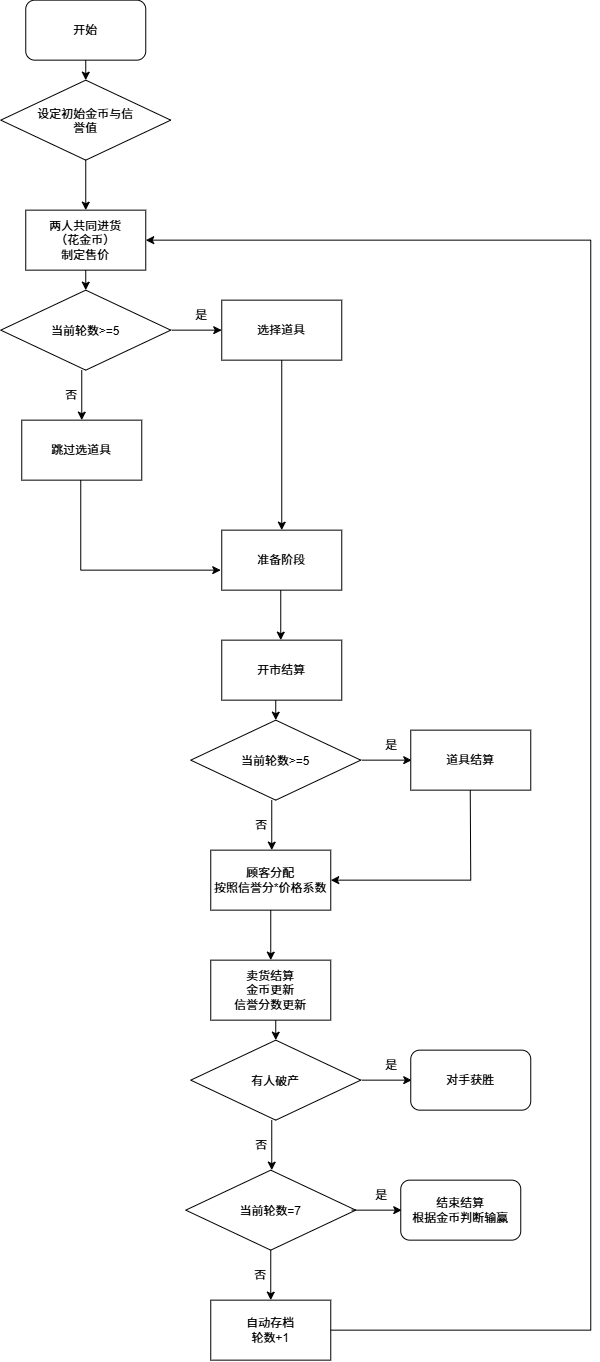
jiayaoo0499/MarketDuo keeps this draw.io diagram as 流程图1.drawio.png. Above is the earlier version. Source tidied: cells renumbered, new cells last; positions are measured from the earlier drawing's top-left corner, leaving out a move shared by most shapes.
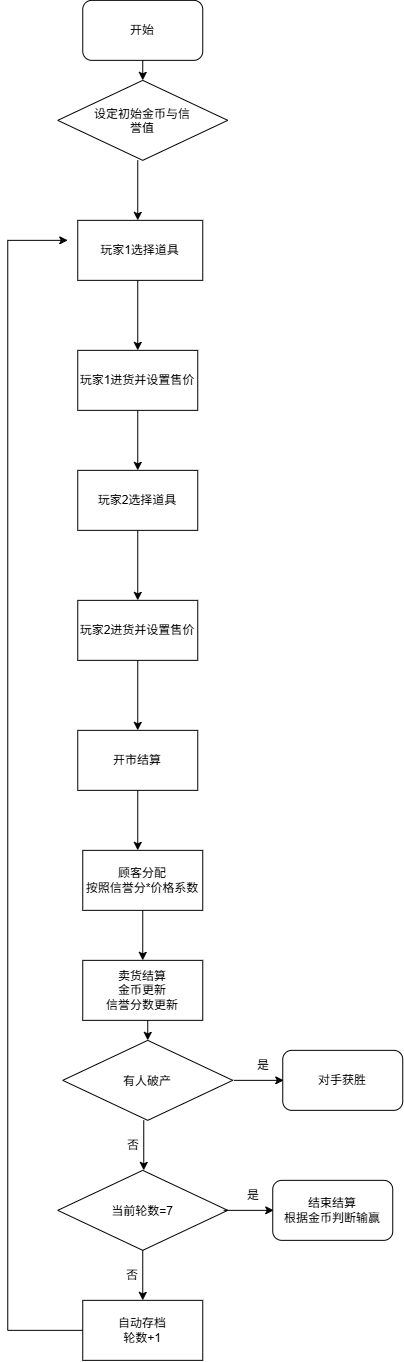
Above is the later version.

Commit message:
更新流程图1.drawio.png

What changed in the source:
```diff
@@ -3,117 +3,23 @@
     <mxCell id="0" />
     <mxCell id="1" parent="0" />
     <mxCell id="2" value="开始" style="rounded=1;whiteSpace=wrap;html=1;" parent="1" vertex="1">
-      <mxGeometry x="25" width="120" height="60" as="geometry" />
+      <mxGeometry x="210" width="120" height="60" as="geometry" />
     </mxCell>
     <mxCell id="3" style="endArrow=classic;html=1;rounded=0;" parent="1" edge="1">
       <mxGeometry relative="1" as="geometry">
-        <mxPoint x="85" y="60" as="sourcePoint" />
-        <mxPoint x="85" y="80" as="targetPoint" />
+        <mxPoint x="270" y="60" as="sourcePoint" />
+        <mxPoint x="270" y="80" as="targetPoint" />
       </mxGeometry>
     </mxCell>
     <mxCell id="4" value="设定初始金币与信誉值" style="rhombus;whiteSpace=wrap;html=1;shapeInside=1;" parent="1" vertex="1">
-      <mxGeometry y="80" width="170" height="80" as="geometry" />
+      <mxGeometry x="185" y="80" width="170" height="80" as="geometry" />
     </mxCell>
-    <mxCell id="5" style="endArrow=classic;html=1;rounded=0;" parent="1" edge="1">
-      <mxGeometry relative="1" as="geometry">
-        <mxPoint x="85" y="160" as="sourcePoint" />
-        <mxPoint x="85" y="210" as="targetPoint" />
-      </mxGeometry>
-    </mxCell>
-    <mxCell id="6" value="两人共同进货&lt;div&gt;（花金币）&lt;div&gt;制定售价&lt;/div&gt;&lt;/div&gt;" style="rounded=0;whiteSpace=wrap;html=1;" parent="1" vertex="1">
-      <mxGeometry x="25" y="210" width="120" height="60" as="geometry" />
-    </mxCell>
-    <mxCell id="7" style="endArrow=classic;html=1;rounded=0;" parent="1" edge="1">
-      <mxGeometry relative="1" as="geometry">
-        <mxPoint x="85" y="270" as="sourcePoint" />
-        <mxPoint x="85" y="290" as="targetPoint" />
-      </mxGeometry>
-    </mxCell>
-    <mxCell id="8" value="当前轮数&amp;gt;=5" style="rhombus;whiteSpace=wrap;html=1;shapeInside=1;" parent="1" vertex="1">
-      <mxGeometry y="290" width="170" height="80" as="geometry" />
-    </mxCell>
-    <mxCell id="9" style="endArrow=classic;html=1;rounded=0;" parent="1" edge="1">
-      <mxGeometry relative="1" as="geometry">
-        <mxPoint x="171" y="330" as="sourcePoint" />
-        <mxPoint x="221" y="330" as="targetPoint" />
-      </mxGeometry>
-    </mxCell>
-    <mxCell id="10" style="endArrow=classic;html=1;rounded=0;" parent="1" edge="1">
-      <mxGeometry relative="1" as="geometry">
-        <mxPoint x="81" y="370" as="sourcePoint" />
-        <mxPoint x="81" y="420" as="targetPoint" />
-      </mxGeometry>
-    </mxCell>
-    <mxCell id="11" value="是" style="text;html=1;whiteSpace=wrap;strokeColor=none;fillColor=none;align=center;verticalAlign=middle;rounded=0;" parent="1" vertex="1">
-      <mxGeometry x="171" y="300" width="60" height="30" as="geometry" />
-    </mxCell>
-    <mxCell id="12" value="否" style="text;html=1;whiteSpace=wrap;strokeColor=none;fillColor=none;align=center;verticalAlign=middle;rounded=0;" parent="1" vertex="1">
-      <mxGeometry x="41" y="380" width="60" height="30" as="geometry" />
-    </mxCell>
-    <mxCell id="13" value="选择道具" style="rounded=0;whiteSpace=wrap;html=1;" parent="1" vertex="1">
-      <mxGeometry x="221" y="300" width="120" height="60" as="geometry" />
-    </mxCell>
-    <mxCell id="14" value="跳过选道具" style="rounded=0;whiteSpace=wrap;html=1;" parent="1" vertex="1">
-      <mxGeometry x="21" y="420" width="120" height="60" as="geometry" />
-    </mxCell>
-    <mxCell id="15" value="准备阶段" style="rounded=0;whiteSpace=wrap;html=1;" parent="1" vertex="1">
-      <mxGeometry x="221" y="530" width="120" height="60" as="geometry" />
-    </mxCell>
-    <mxCell id="16" style="endArrow=classic;html=1;rounded=0;" parent="1" edge="1" target="15">
-      <mxGeometry relative="1" as="geometry">
-        <mxPoint x="281" y="360" as="sourcePoint" />
-      </mxGeometry>
-    </mxCell>
-    <mxCell id="17" style="endArrow=classic;html=1;rounded=0;" parent="1" edge="1">
-      <mxGeometry relative="1" as="geometry">
-        <mxPoint x="280" y="590" as="sourcePoint" />
-        <mxPoint x="280" y="640" as="targetPoint" />
-      </mxGeometry>
-    </mxCell>
     <mxCell id="18" value="开市结算" style="rounded=0;whiteSpace=wrap;html=1;" parent="1" vertex="1">
-      <mxGeometry x="221" y="640" width="120" height="60" as="geometry" />
+      <mxGeometry x="205" y="730" width="120" height="60" as="geometry" />
     </mxCell>
-    <mxCell id="19" style="endArrow=classic;html=1;rounded=0;" parent="1" edge="1">
-      <mxGeometry relative="1" as="geometry">
-        <mxPoint x="275" y="700" as="sourcePoint" />
-        <mxPoint x="275" y="720" as="targetPoint" />
-      </mxGeometry>
-    </mxCell>
-    <mxCell id="20" value="当前轮数&amp;gt;=5" style="rhombus;whiteSpace=wrap;html=1;shapeInside=1;" parent="1" vertex="1">
-      <mxGeometry x="190" y="720" width="170" height="80" as="geometry" />
-    </mxCell>
-    <mxCell id="21" style="endArrow=classic;html=1;rounded=0;" parent="1" edge="1">
-      <mxGeometry relative="1" as="geometry">
-        <mxPoint x="361" y="760" as="sourcePoint" />
-        <mxPoint x="411" y="760" as="targetPoint" />
-      </mxGeometry>
-    </mxCell>
-    <mxCell id="22" style="endArrow=classic;html=1;rounded=0;" parent="1" edge="1">
-      <mxGeometry relative="1" as="geometry">
-        <mxPoint x="271" y="800" as="sourcePoint" />
-        <mxPoint x="271" y="850" as="targetPoint" />
-      </mxGeometry>
-    </mxCell>
-    <mxCell id="23" value="是" style="text;html=1;whiteSpace=wrap;strokeColor=none;fillColor=none;align=center;verticalAlign=middle;rounded=0;" parent="1" vertex="1">
-      <mxGeometry x="361" y="730" width="60" height="30" as="geometry" />
-    </mxCell>
-    <mxCell id="24" value="否" style="text;html=1;whiteSpace=wrap;strokeColor=none;fillColor=none;align=center;verticalAlign=middle;rounded=0;" parent="1" vertex="1">
-      <mxGeometry x="231" y="810" width="60" height="30" as="geometry" />
-    </mxCell>
     <mxCell id="25" value="顾客分配&lt;div&gt;按照信誉分*价格系数&lt;/div&gt;" style="rounded=0;whiteSpace=wrap;html=1;" parent="1" vertex="1">
       <mxGeometry x="210" y="850" width="120" height="60" as="geometry" />
     </mxCell>
-    <mxCell id="26" value="道具结算" style="rounded=0;whiteSpace=wrap;html=1;" parent="1" vertex="1">
-      <mxGeometry x="410" y="730" width="120" height="60" as="geometry" />
-    </mxCell>
-    <mxCell id="27" style="endArrow=classic;html=1;rounded=0;entryX=1;entryY=0.5;entryDx=0;entryDy=0;" parent="1" edge="1" target="25">
-      <mxGeometry relative="1" as="geometry">
-        <mxPoint x="469.5" y="790" as="sourcePoint" />
-        <Array as="points">
-          <mxPoint x="470" y="880" />
-        </Array>
-      </mxGeometry>
-    </mxCell>
     <mxCell id="28" style="endArrow=classic;html=1;rounded=0;" parent="1" edge="1">
       <mxGeometry relative="1" as="geometry">
         <mxPoint x="270" y="910" as="sourcePoint" />
@@ -180,22 +86,62 @@
     <mxCell id="43" value="&lt;div&gt;自动存档&lt;/div&gt;轮数+1" style="rounded=0;whiteSpace=wrap;html=1;" parent="1" vertex="1">
       <mxGeometry x="210" y="1300" width="120" height="60" as="geometry" />
     </mxCell>
-    <mxCell id="44" style="endArrow=classic;html=1;rounded=0;entryX=1;entryY=0.5;entryDx=0;entryDy=0;exitX=1;exitY=0.5;exitDx=0;exitDy=0;" parent="1" edge="1" source="43" target="6">
-      <mxGeometry relative="1" as="geometry">
-        <Array as="points">
-          <mxPoint x="590" y="1330" />
-          <mxPoint x="590" y="240" />
-        </Array>
-      </mxGeometry>
-    </mxCell>
-    <mxCell id="45" style="endArrow=classic;html=1;rounded=0;" parent="1" edge="1">
-      <mxGeometry relative="1" as="geometry">
-        <mxPoint x="80" y="480" as="sourcePoint" />
-        <mxPoint x="220" y="570" as="targetPoint" />
-        <Array as="points">
-          <mxPoint x="80" y="570" />
-        </Array>
-      </mxGeometry>
-    </mxCell>
+    <mxCell id="46" style="endArrow=classic;html=1;rounded=0;" parent="1" edge="1">
+      <mxGeometry relative="1" as="geometry">
+        <mxPoint x="265" y="160" as="sourcePoint" />
+        <mxPoint x="265" y="220" as="targetPoint" />
+      </mxGeometry>
+    </mxCell>
+    <mxCell id="47" value="玩家1选择道具" style="rounded=0;whiteSpace=wrap;html=1;" parent="1" vertex="1">
+      <mxGeometry x="205" y="220" width="125" height="60" as="geometry" />
+    </mxCell>
+    <mxCell id="48" style="endArrow=classic;html=1;rounded=0;" parent="1" edge="1">
+      <mxGeometry relative="1" as="geometry">
+        <mxPoint x="265" y="280" as="sourcePoint" />
+        <mxPoint x="265" y="350" as="targetPoint" />
+      </mxGeometry>
+    </mxCell>
+    <mxCell id="49" value="玩家1进货并设置售价" style="rounded=0;whiteSpace=wrap;html=1;" parent="1" vertex="1">
+      <mxGeometry x="205" y="350" width="120" height="60" as="geometry" />
+    </mxCell>
+    <mxCell id="50" style="endArrow=classic;html=1;rounded=0;" parent="1" edge="1">
+      <mxGeometry relative="1" as="geometry">
+        <mxPoint x="265" y="410" as="sourcePoint" />
+        <mxPoint x="265" y="470" as="targetPoint" />
+      </mxGeometry>
+    </mxCell>
+    <mxCell id="51" value="玩家2选择道具" style="rounded=0;whiteSpace=wrap;html=1;" parent="1" vertex="1">
+      <mxGeometry x="205" y="470" width="120" height="60" as="geometry" />
+    </mxCell>
+    <mxCell id="52" style="endArrow=classic;html=1;rounded=0;" parent="1" edge="1">
+      <mxGeometry relative="1" as="geometry">
+        <mxPoint x="265" y="530" as="sourcePoint" />
+        <mxPoint x="265" y="600" as="targetPoint" />
+      </mxGeometry>
+    </mxCell>
+    <mxCell id="53" value="玩家2进货并设置售价" style="rounded=0;whiteSpace=wrap;html=1;" parent="1" vertex="1">
+      <mxGeometry x="205" y="600" width="120" height="60" as="geometry" />
+    </mxCell>
+    <mxCell id="54" style="endArrow=classic;html=1;rounded=0;" parent="1" edge="1">
+      <mxGeometry relative="1" as="geometry">
+        <mxPoint x="265" y="660" as="sourcePoint" />
+        <mxPoint x="265" y="730" as="targetPoint" />
+      </mxGeometry>
+    </mxCell>
+    <mxCell id="55" style="endArrow=classic;html=1;rounded=0;" parent="1" edge="1">
+      <mxGeometry relative="1" as="geometry">
+        <mxPoint x="265" y="790" as="sourcePoint" />
+        <mxPoint x="265" y="850" as="targetPoint" />
+      </mxGeometry>
+    </mxCell>
+    <mxCell id="56" style="endArrow=classic;html=1;rounded=0;exitX=0;exitY=0.5;exitDx=0;exitDy=0;" parent="1" edge="1" source="43">
+      <mxGeometry relative="1" as="geometry">
+        <mxPoint x="195" y="240" as="targetPoint" />
+        <Array as="points">
+          <mxPoint x="135" y="1330" />
+          <mxPoint x="135" y="240" />
+        </Array>
+      </mxGeometry>
+    </mxCell>
   </root>
 </mxGraphModel>
```
